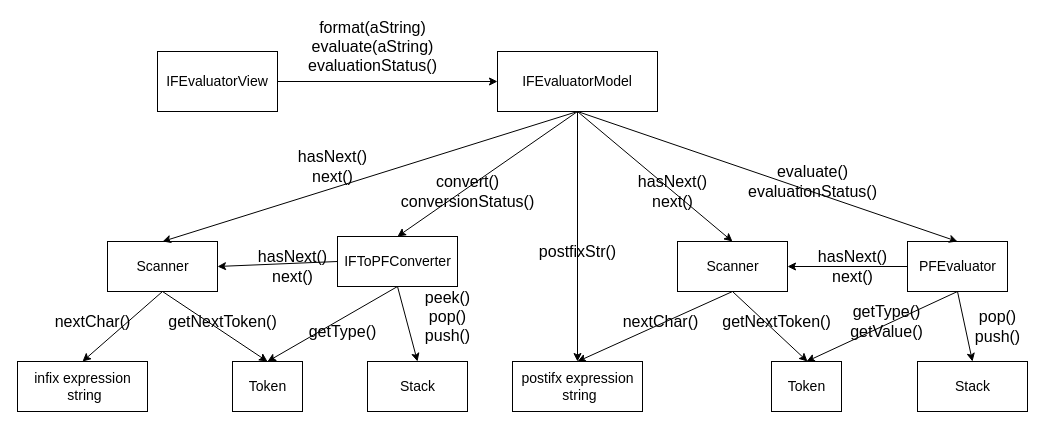
This is evaluating_postfix_expressions/blog/evaluate_interaction.drawio from hexu1985/Data.Structures.And.Algorithms.Tutorial, a draw.io file, before an edit. Source tidied: cells renumbered, new cells numbered last; positions are measured from the earlier drawing's top-left corner, leaving out a move shared by most shapes. Both pictures are drawn from the tidied source at 100%, with x=0, y=0 at pixel (17, 21).
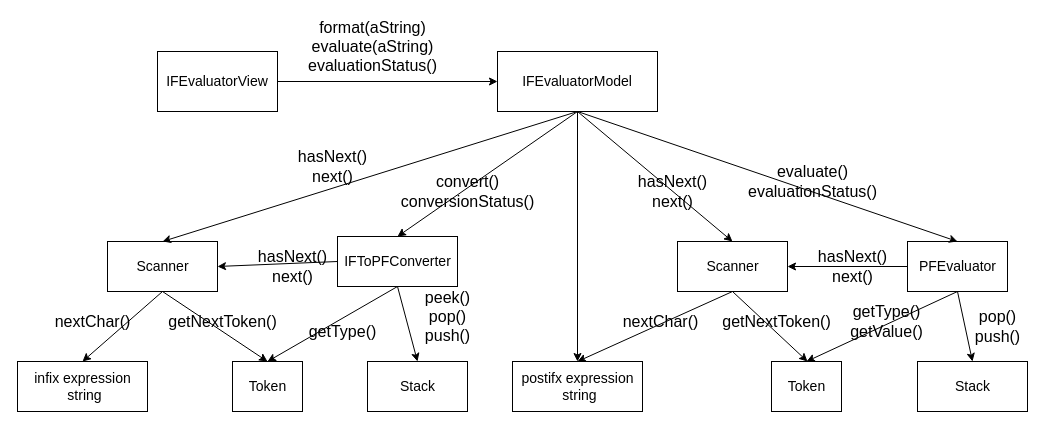
After the change.

Change to the diagram source:
```diff
@@
-    <mxCell id="21" value="&lt;font style=&quot;font-size: 16px;&quot;&gt;postfixStr()&lt;br&gt;&lt;/font&gt;" style="text;html=1;align=center;verticalAlign=middle;strokeColor=none;fillColor=none;" parent="1" vertex="1">
-      <mxGeometry x="510" y="220" width="100" height="20" as="geometry" />
-    </mxCell>
```
